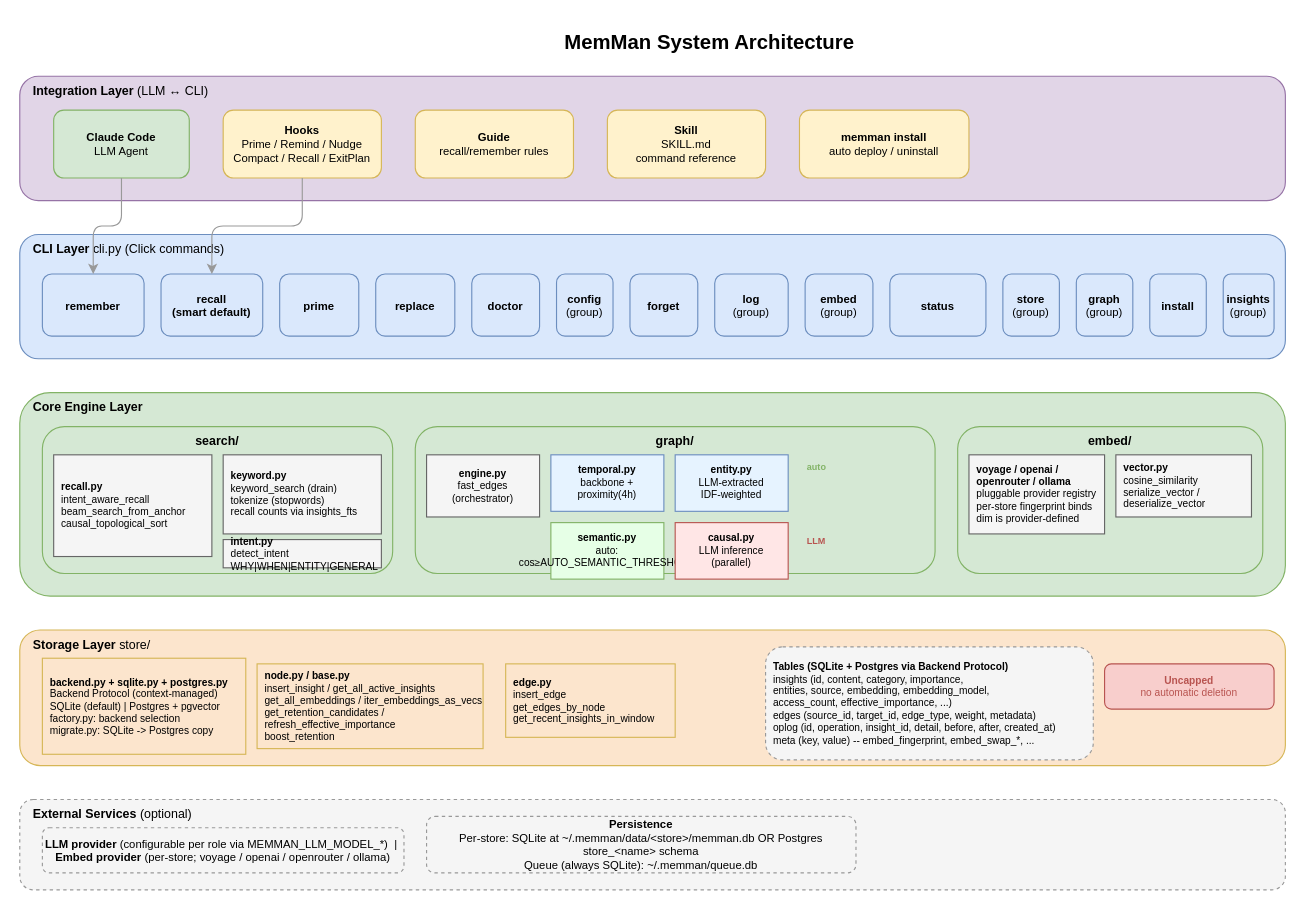
The draw.io diagram docs/diagrams/01-system-architecture.drawio in bissli/memman, before the edit. Source tidied: cells renumbered, new cells numbered last; positions are measured from the earlier drawing's top-left corner, leaving out a move shared by most shapes. Both pictures are drawn from the tidied source at 113%, with x=0, y=0 at pixel (19, 19).
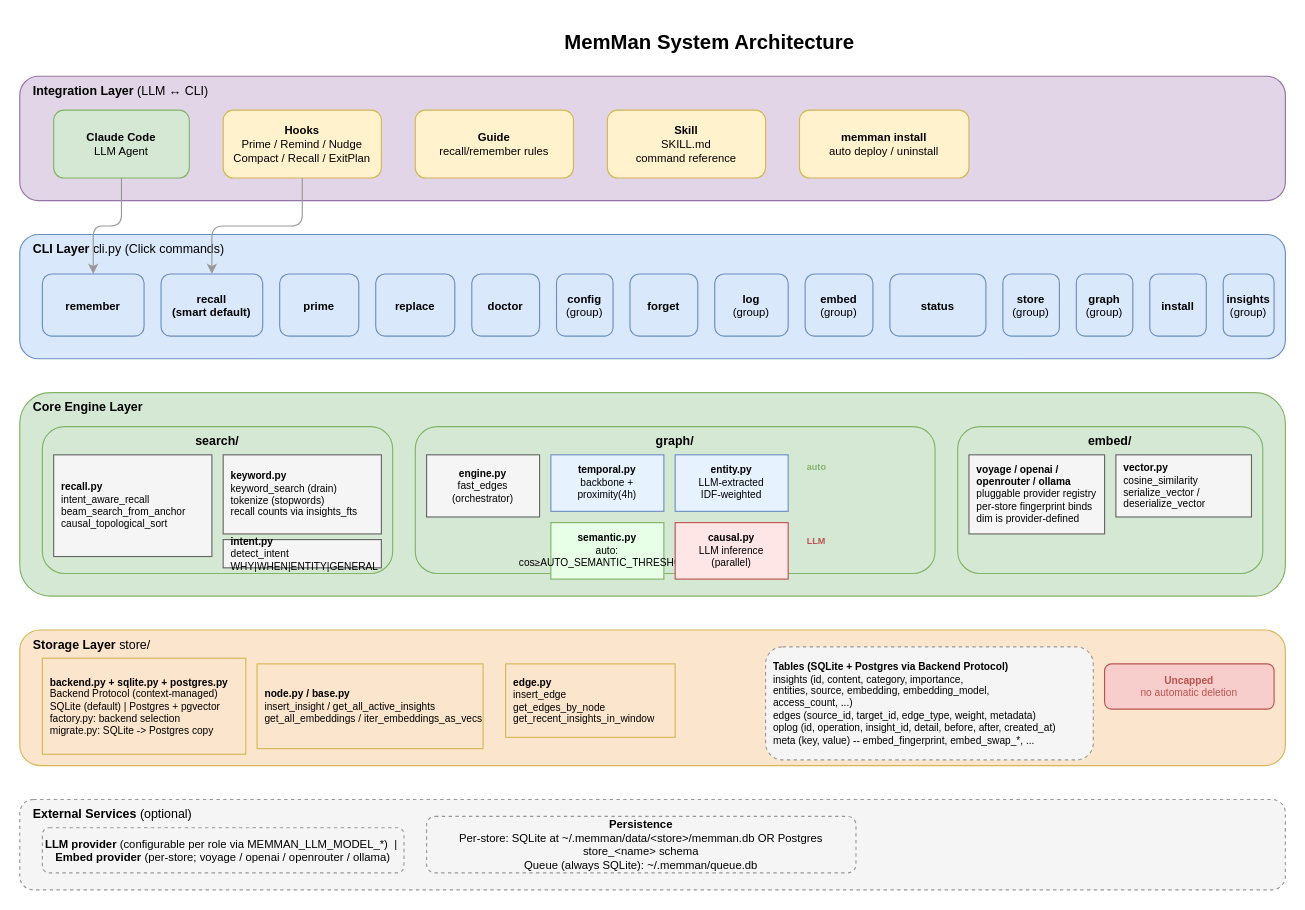
After the change.

Change to the diagram source:
```diff
@@
-    <mxCell id="42" value="&lt;b&gt;node.py / base.py&lt;/b&gt;&lt;br&gt;insert_insight / get_all_active_insights&lt;br&gt;get_all_embeddings / iter_embeddings_as_vecs&lt;br&gt;get_retention_candidates / refresh_effective_importance&lt;br&gt;boost_retention" style="rounded=0;whiteSpace=wrap;html=1;fontSize=9;fillColor=#fce5cd;strokeColor=#d6b656;align=left;spacingLeft=5;" parent="1" vertex="1">
+    <mxCell id="42" value="&lt;b&gt;node.py / base.py&lt;/b&gt;&lt;br&gt;insert_insight / get_all_active_insights&lt;br&gt;get_all_embeddings / iter_embeddings_as_vecs" style="rounded=0;whiteSpace=wrap;html=1;fontSize=9;fillColor=#fce5cd;strokeColor=#d6b656;align=left;spacingLeft=5;" parent="1" vertex="1">
       <mxGeometry x="210" y="570" width="200" height="75" as="geometry" />
     </mxCell>
@@
-    <mxCell id="44" value="&lt;b&gt;Tables (SQLite + Postgres via Backend Protocol)&lt;/b&gt;&lt;br&gt;insights (id, content, category, importance,&lt;br&gt;  entities, source, embedding, embedding_model,&lt;br&gt;  access_count, effective_importance, ...)&lt;br&gt;edges (source_id, target_id, edge_type, weight, metadata)&lt;br&gt;oplog (id, operation, insight_id, detail, before, after, created_at)&lt;br&gt;meta (key, value)  -- embed_fingerprint, embed_swap_*, ..." style="rounded=1;whiteSpace=wrap;html=1;fontSize=9;fillColor=#f5f5f5;strokeColor=#999999;align=left;spacingLeft=5;dashed=1;" parent="1" vertex="1">
+    <mxCell id="44" value="&lt;b&gt;Tables (SQLite + Postgres via Backend Protocol)&lt;/b&gt;&lt;br&gt;insights (id, content, category, importance,&lt;br&gt;  entities, source, embedding, embedding_model,&lt;br&gt;  access_count, ...)&lt;br&gt;edges (source_id, target_id, edge_type, weight, metadata)&lt;br&gt;oplog (id, operation, insight_id, detail, before, after, created_at)&lt;br&gt;meta (key, value)  -- embed_fingerprint, embed_swap_*, ..." style="rounded=1;whiteSpace=wrap;html=1;fontSize=9;fillColor=#f5f5f5;strokeColor=#999999;align=left;spacingLeft=5;dashed=1;" parent="1" vertex="1">
       <mxGeometry x="660" y="555" width="290" height="100" as="geometry" />
     </mxCell>
```
